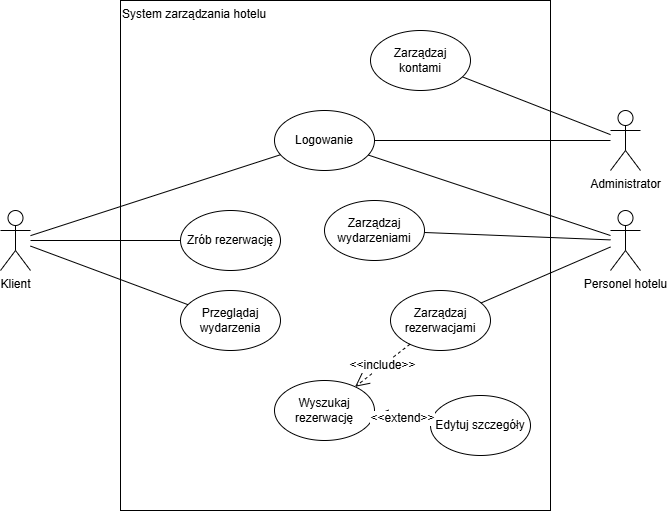
Above: Diagram_przypadków_użycia.png in Shrimpo404/Praca_Inzynierska (draw.io), before the change. Source tidied: cells renumbered, new cells last; positions are measured from the earlier drawing's top-left corner, leaving out a move shared by most shapes. Source of this version:
```xml
<mxGraphModel>
  <root>
    <mxCell id="0" />
    <mxCell id="1" parent="0" />
    <mxCell id="2" value="System zarządzania hotelu" style="rounded=0;whiteSpace=wrap;html=1;align=left;verticalAlign=top;" parent="1" vertex="1">
      <mxGeometry x="120" width="430" height="510" as="geometry" />
    </mxCell>
    <mxCell id="3" value="Personel hotelu" style="shape=umlActor;verticalLabelPosition=bottom;verticalAlign=top;html=1;" parent="1" vertex="1">
      <mxGeometry x="610" y="210" width="30" height="60" as="geometry" />
    </mxCell>
    <mxCell id="4" value="Administrator&lt;span style=&quot;color: rgba(0, 0, 0, 0); font-family: monospace; font-size: 0px; text-align: start;&quot;&gt;%3CmxGraphModel%3E%3Croot%3E%3CmxCell%20id%3D%220%22%2F%3E%3CmxCell%20id%3D%221%22%20parent%3D%220%22%2F%3E%3CmxCell%20id%3D%222%22%20value%3D%22Personel%20hotelu%22%20style%3D%22shape%3DumlActor%3BverticalLabelPosition%3Dbottom%3BverticalAlign%3Dtop%3Bhtml%3D1%3B%22%20vertex%3D%221%22%20parent%3D%221%22%3E%3CmxGeometry%20x%3D%2260%22%20y%3D%22210%22%20width%3D%2230%22%20height%3D%2260%22%20as%3D%22geometry%22%2F%3E%3C%2FmxCell%3E%3C%2Froot%3E%3C%2FmxGraphModel%3E&lt;/span&gt;" style="shape=umlActor;verticalLabelPosition=bottom;verticalAlign=top;html=1;" parent="1" vertex="1">
      <mxGeometry x="610" y="110" width="30" height="60" as="geometry" />
    </mxCell>
    <mxCell id="5" style="rounded=0;jettySize=auto;html=1;endArrow=none;startFill=0;" parent="1" edge="1" source="6" target="12">
      <mxGeometry relative="1" as="geometry" />
    </mxCell>
    <mxCell id="6" value="Klient" style="shape=umlActor;verticalLabelPosition=bottom;verticalAlign=top;html=1;" parent="1" vertex="1">
      <mxGeometry y="210" width="30" height="60" as="geometry" />
    </mxCell>
    <mxCell id="7" value="Zarządzaj rezerwacjami" style="ellipse;whiteSpace=wrap;html=1;" parent="1" vertex="1">
      <mxGeometry x="390" y="290" width="100" height="60" as="geometry" />
    </mxCell>
    <mxCell id="8" value="Logowanie" style="ellipse;whiteSpace=wrap;html=1;" parent="1" vertex="1">
      <mxGeometry x="274" y="110" width="100" height="60" as="geometry" />
    </mxCell>
    <mxCell id="9" style="rounded=0;jettySize=auto;html=1;endArrow=none;startFill=0;" parent="1" edge="1" source="4" target="11">
      <mxGeometry relative="1" as="geometry" />
    </mxCell>
    <mxCell id="10" style="rounded=0;jettySize=auto;html=1;endArrow=none;startFill=0;" parent="1" edge="1" source="3" target="7">
      <mxGeometry relative="1" as="geometry" />
    </mxCell>
    <mxCell id="11" value="Zarządzaj kontami" style="ellipse;whiteSpace=wrap;html=1;" parent="1" vertex="1">
      <mxGeometry x="370" y="30" width="100" height="60" as="geometry" />
    </mxCell>
    <mxCell id="12" value="Zrób rezerwację" style="ellipse;whiteSpace=wrap;html=1;" parent="1" vertex="1">
      <mxGeometry x="180" y="210" width="100" height="60" as="geometry" />
    </mxCell>
    <mxCell id="13" value="Zarządzaj wydarzeniami" style="ellipse;whiteSpace=wrap;html=1;" parent="1" vertex="1">
      <mxGeometry x="324" y="200" width="100" height="60" as="geometry" />
    </mxCell>
    <mxCell id="14" style="rounded=0;jettySize=auto;html=1;endArrow=none;startFill=0;" parent="1" edge="1" source="3" target="13">
      <mxGeometry relative="1" as="geometry" />
    </mxCell>
    <mxCell id="15" value="Wyszukaj rezerwację" style="ellipse;whiteSpace=wrap;html=1;" parent="1" vertex="1">
      <mxGeometry x="274" y="380" width="100" height="60" as="geometry" />
    </mxCell>
    <mxCell id="16" value="Edytuj szczegóły" style="ellipse;whiteSpace=wrap;html=1;" parent="1" vertex="1">
      <mxGeometry x="430" y="395" width="100" height="60" as="geometry" />
    </mxCell>
    <mxCell id="17" value="&amp;lt;&amp;lt;extend&amp;gt;&amp;gt;" style="endArrow=open;endSize=12;dashed=1;html=1;rounded=0;" parent="1" edge="1" source="16" target="15">
      <mxGeometry relative="1" as="geometry" />
    </mxCell>
    <mxCell id="18" value="&amp;lt;&amp;lt;include&amp;gt;&amp;gt;" style="endArrow=open;endSize=12;dashed=1;html=1;rounded=0;" parent="1" edge="1" source="7" target="15">
      <mxGeometry relative="1" as="geometry" />
    </mxCell>
    <mxCell id="19" style="rounded=0;jettySize=auto;html=1;endArrow=none;startFill=0;" parent="1" edge="1" source="3" target="8">
      <mxGeometry relative="1" as="geometry" />
    </mxCell>
    <mxCell id="20" style="rounded=0;jettySize=auto;html=1;endArrow=none;startFill=0;" parent="1" edge="1" source="4" target="8">
      <mxGeometry relative="1" as="geometry" />
    </mxCell>
    <mxCell id="21" style="rounded=0;jettySize=auto;html=1;endArrow=none;startFill=0;" parent="1" edge="1" source="6" target="8">
      <mxGeometry relative="1" as="geometry" />
    </mxCell>
    <mxCell id="22" value="Przeglądaj wydarzenia" style="ellipse;whiteSpace=wrap;html=1;" parent="1" vertex="1">
      <mxGeometry x="180" y="290" width="100" height="60" as="geometry" />
    </mxCell>
    <mxCell id="23" style="rounded=0;jettySize=auto;html=1;endArrow=none;startFill=0;" parent="1" edge="1" source="6" target="22">
      <mxGeometry relative="1" as="geometry" />
    </mxCell>
  </root>
</mxGraphModel>
```
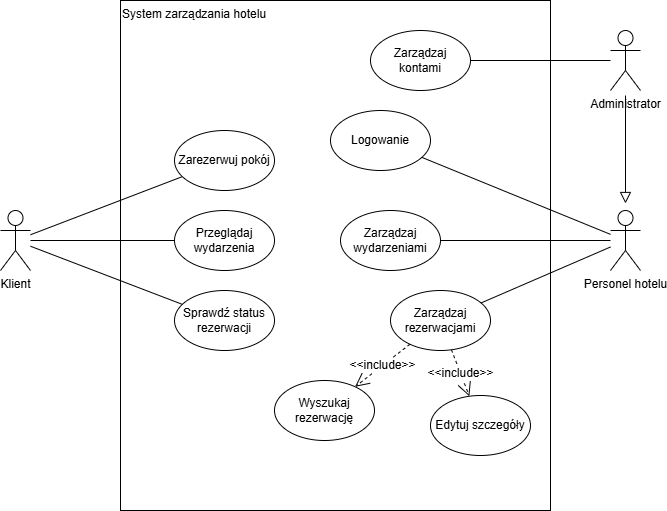
The same file after the commit.

The edit, as a diff of the source:
```diff
@@ -9,7 +9,7 @@
       <mxGeometry x="610" y="210" width="30" height="60" as="geometry" />
     </mxCell>
     <mxCell id="4" value="Administrator&lt;span style=&quot;color: rgba(0, 0, 0, 0); font-family: monospace; font-size: 0px; text-align: start;&quot;&gt;%3CmxGraphModel%3E%3Croot%3E%3CmxCell%20id%3D%220%22%2F%3E%3CmxCell%20id%3D%221%22%20parent%3D%220%22%2F%3E%3CmxCell%20id%3D%222%22%20value%3D%22Personel%20hotelu%22%20style%3D%22shape%3DumlActor%3BverticalLabelPosition%3Dbottom%3BverticalAlign%3Dtop%3Bhtml%3D1%3B%22%20vertex%3D%221%22%20parent%3D%221%22%3E%3CmxGeometry%20x%3D%2260%22%20y%3D%22210%22%20width%3D%2230%22%20height%3D%2260%22%20as%3D%22geometry%22%2F%3E%3C%2FmxCell%3E%3C%2Froot%3E%3C%2FmxGraphModel%3E&lt;/span&gt;" style="shape=umlActor;verticalLabelPosition=bottom;verticalAlign=top;html=1;" parent="1" vertex="1">
-      <mxGeometry x="610" y="110" width="30" height="60" as="geometry" />
+      <mxGeometry x="610" y="30" width="30" height="60" as="geometry" />
     </mxCell>
     <mxCell id="5" style="rounded=0;jettySize=auto;html=1;endArrow=none;startFill=0;" parent="1" edge="1" source="6" target="12">
       <mxGeometry relative="1" as="geometry" />
@@ -21,7 +21,7 @@
       <mxGeometry x="390" y="290" width="100" height="60" as="geometry" />
     </mxCell>
     <mxCell id="8" value="Logowanie" style="ellipse;whiteSpace=wrap;html=1;" parent="1" vertex="1">
-      <mxGeometry x="274" y="110" width="100" height="60" as="geometry" />
+      <mxGeometry x="330" y="110" width="100" height="60" as="geometry" />
     </mxCell>
     <mxCell id="9" style="rounded=0;jettySize=auto;html=1;endArrow=none;startFill=0;" parent="1" edge="1" source="4" target="11">
       <mxGeometry relative="1" as="geometry" />
@@ -32,11 +32,11 @@
     <mxCell id="11" value="Zarządzaj kontami" style="ellipse;whiteSpace=wrap;html=1;" parent="1" vertex="1">
       <mxGeometry x="370" y="30" width="100" height="60" as="geometry" />
     </mxCell>
-    <mxCell id="12" value="Zrób rezerwację" style="ellipse;whiteSpace=wrap;html=1;" parent="1" vertex="1">
-      <mxGeometry x="180" y="210" width="100" height="60" as="geometry" />
+    <mxCell id="12" value="Zarezerwuj pokój" style="ellipse;whiteSpace=wrap;html=1;" parent="1" vertex="1">
+      <mxGeometry x="174" y="130" width="100" height="60" as="geometry" />
     </mxCell>
     <mxCell id="13" value="Zarządzaj wydarzeniami" style="ellipse;whiteSpace=wrap;html=1;" parent="1" vertex="1">
-      <mxGeometry x="324" y="200" width="100" height="60" as="geometry" />
+      <mxGeometry x="340" y="210" width="100" height="60" as="geometry" />
     </mxCell>
     <mxCell id="14" style="rounded=0;jettySize=auto;html=1;endArrow=none;startFill=0;" parent="1" edge="1" source="3" target="13">
       <mxGeometry relative="1" as="geometry" />
@@ -47,7 +47,7 @@
     <mxCell id="16" value="Edytuj szczegóły" style="ellipse;whiteSpace=wrap;html=1;" parent="1" vertex="1">
       <mxGeometry x="430" y="395" width="100" height="60" as="geometry" />
     </mxCell>
-    <mxCell id="17" value="&amp;lt;&amp;lt;extend&amp;gt;&amp;gt;" style="endArrow=open;endSize=12;dashed=1;html=1;rounded=0;" parent="1" edge="1" source="16" target="15">
+    <mxCell id="17" value="&amp;lt;&amp;lt;include&amp;gt;&amp;gt;" style="endArrow=open;endSize=12;dashed=1;html=1;rounded=0;" parent="1" edge="1" source="7" target="16">
       <mxGeometry relative="1" as="geometry" />
     </mxCell>
     <mxCell id="18" value="&amp;lt;&amp;lt;include&amp;gt;&amp;gt;" style="endArrow=open;endSize=12;dashed=1;html=1;rounded=0;" parent="1" edge="1" source="7" target="15">
@@ -56,17 +56,20 @@
     <mxCell id="19" style="rounded=0;jettySize=auto;html=1;endArrow=none;startFill=0;" parent="1" edge="1" source="3" target="8">
       <mxGeometry relative="1" as="geometry" />
     </mxCell>
-    <mxCell id="20" style="rounded=0;jettySize=auto;html=1;endArrow=none;startFill=0;" parent="1" edge="1" source="4" target="8">
-      <mxGeometry relative="1" as="geometry" />
-    </mxCell>
-    <mxCell id="21" style="rounded=0;jettySize=auto;html=1;endArrow=none;startFill=0;" parent="1" edge="1" source="6" target="8">
-      <mxGeometry relative="1" as="geometry" />
-    </mxCell>
     <mxCell id="22" value="Przeglądaj wydarzenia" style="ellipse;whiteSpace=wrap;html=1;" parent="1" vertex="1">
-      <mxGeometry x="180" y="290" width="100" height="60" as="geometry" />
+      <mxGeometry x="174" y="210" width="100" height="60" as="geometry" />
     </mxCell>
     <mxCell id="23" style="rounded=0;jettySize=auto;html=1;endArrow=none;startFill=0;" parent="1" edge="1" source="6" target="22">
       <mxGeometry relative="1" as="geometry" />
     </mxCell>
+    <mxCell id="24" value="Sprawdź status rezerwacji" style="ellipse;whiteSpace=wrap;html=1;" parent="1" vertex="1">
+      <mxGeometry x="174" y="290" width="100" height="60" as="geometry" />
+    </mxCell>
+    <mxCell id="25" style="rounded=0;jettySize=auto;html=1;endArrow=none;startFill=0;" parent="1" edge="1" source="6" target="24">
+      <mxGeometry relative="1" as="geometry" />
+    </mxCell>
+    <mxCell id="26" style="rounded=0;jettySize=auto;html=1;endArrow=none;startFill=0;endFill=0;startArrow=block;strokeWidth=1;endSize=8;targetPerimeterSpacing=5;sourcePerimeterSpacing=7;startSize=9;" parent="1" edge="1" source="3" target="4">
+      <mxGeometry relative="1" as="geometry" />
+    </mxCell>
   </root>
 </mxGraphModel>
```
